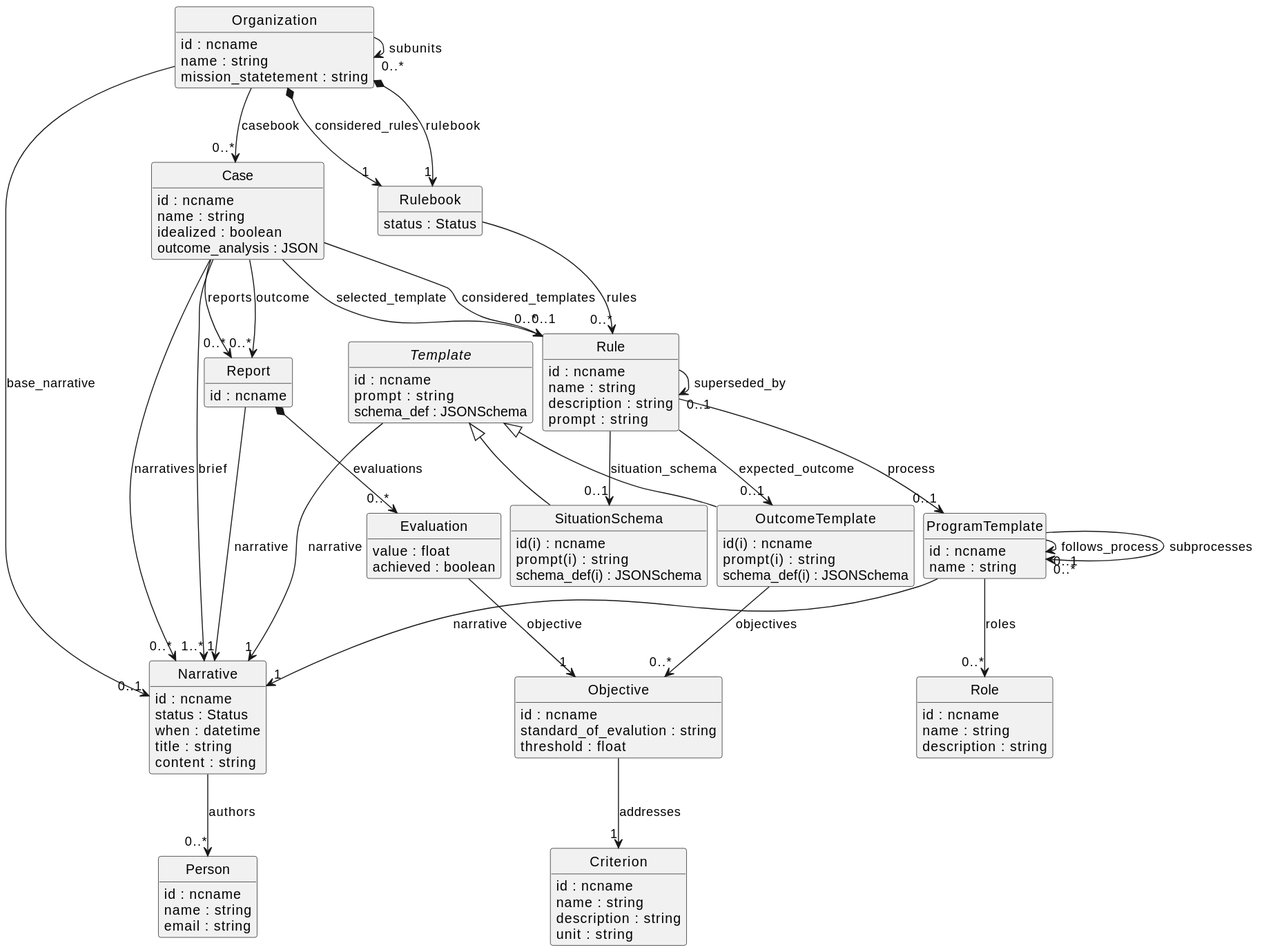
Above: schema.svg in Existentialist-Robot/ProcesSieve (PlantUML), before the change. The source it was exported from:
```plantuml
@startuml
skinparam nodesep 10
hide circle
hide empty members
abstract "Template" [[{A schema that can be applied to a story}]] {
    {field} id : ncname
    {field} prompt : string
    {field} schema_def : JSONSchema
}
class "Narrative" [[{A narrative description of either a concrete or abstracted Case or ProgramTemplate. There can be many narratives.}]] {
    {field} id : ncname
    {field} status : Status
    {field} when : datetime
    {field} title : string
    {field} content : string
}
class "SituationSchema" [[{None}]] {
    {field} id(i) : ncname
    {field} prompt(i) : string
    {field} schema_def(i) : JSONSchema
}
class "OutcomeTemplate" [[{A template that describes a category of outcome we expect at the end of a ProcessTemplate, and especially the criteria we intend to measure at the end of the process.}]] {
    {field} id(i) : ncname
    {field} prompt(i) : string
    {field} schema_def(i) : JSONSchema
}
"Template" --> "1" "Narrative" : "narrative"
"Template" ^-- "SituationSchema"
"Template" ^-- "OutcomeTemplate"
class "Rule" [[{The template that describes an entry in our best practice workbook, consisting of an (abstracted) situation we try to solve, and the process we intend to use to solve it.}]] {
    {field} id : ncname
    {field} name : string
    {field} description : string
    {field} prompt : string
}
"Rule" --> "0..1" "SituationSchema" : "situation_schema"
class "Rulebook" [[{A set of rules}]] {
    {field} status : Status
}
class "Organization" [[{An organization where persons work}]] {
    {field} id : ncname
    {field} name : string
    {field} mission_statetement : string
}
"Rulebook" --> "0..*" "Rule" : "rules"
"Organization" *--> "1" "Rulebook" : "considered_rules"
"Organization" *--> "1" "Rulebook" : "rulebook"
class "ProgramTemplate" [[{The actual process we will use to solve a given problem.}]] {
    {field} id : ncname
    {field} name : string
}
class "Case" [[{The narrative description of an individual work unit we have solved or intend to solve.}]] {
    {field} id : ncname
    {field} name : string
    {field} idealized : boolean
    {field} outcome_analysis : JSON
}
"Rule" --> "0..1" "Rule" : "superseded_by"
"Rule" --> "0..1" "OutcomeTemplate" : "expected_outcome"
"Rule" --> "0..1" "ProgramTemplate" : "process"
"Case" --> "0..*" "Rule" : "considered_templates"
"Case" --> "0..1" "Rule" : "selected_template"
class "Role" [[{A process involves certain actors playing certain roles in the process. This describes the roles.}]] {
    {field} id : ncname
    {field} name : string
    {field} description : string
}
"ProgramTemplate" --> "0..*" "Role" : "roles"
class "Report" [[{A report contains a narrative and evaluations}]] {
    {field} id : ncname
}
class "Evaluation" [[{The evaluation of an outcome with respect to one of the Program's Criteria}]] {
    {field} value : float
    {field} achieved : boolean
}
"Report" *--> "0..*" "Evaluation" : "evaluations"
"Report" --> "1" "Narrative" : "narrative"
"Case" --> "0..*" "Report" : "outcome"
"Case" --> "0..*" "Report" : "reports"
"ProgramTemplate" --> "0..1" "ProgramTemplate" : "follows_process"
"ProgramTemplate" --> "0..*" "ProgramTemplate" : "subprocesses"
"ProgramTemplate" --> "1" "Narrative" : "narrative"
class "Person" [[{A person involved in a process}]] {
    {field} id : ncname
    {field} name : string
    {field} email : string
}
"Narrative" --> "0..*" "Person" : "authors"
class "Objective" [[{None}]] {
    {field} id : ncname
    {field} standard_of_evalution : string
    {field} threshold : float
}
"OutcomeTemplate" --> "0..*" "Objective" : "objectives"
"Organization" --> "0..*" "Case" : "casebook"
"Organization" --> "0..*" "Organization" : "subunits"
"Organization" --> "0..1" "Narrative" : "base_narrative"
class "Criterion" [[{A description of a criterion by which outcomes will be evaluated. E.g. A KPI is a Criterion.}]] {
    {field} id : ncname
    {field} name : string
    {field} description : string
    {field} unit : string
}
"Objective" --> "1" "Criterion" : "addresses"
"Evaluation" --> "1" "Objective" : "objective"
"Case" --> "1..*" "Narrative" : "brief"
"Case" --> "0..*" "Narrative" : "narratives"
@enduml
```
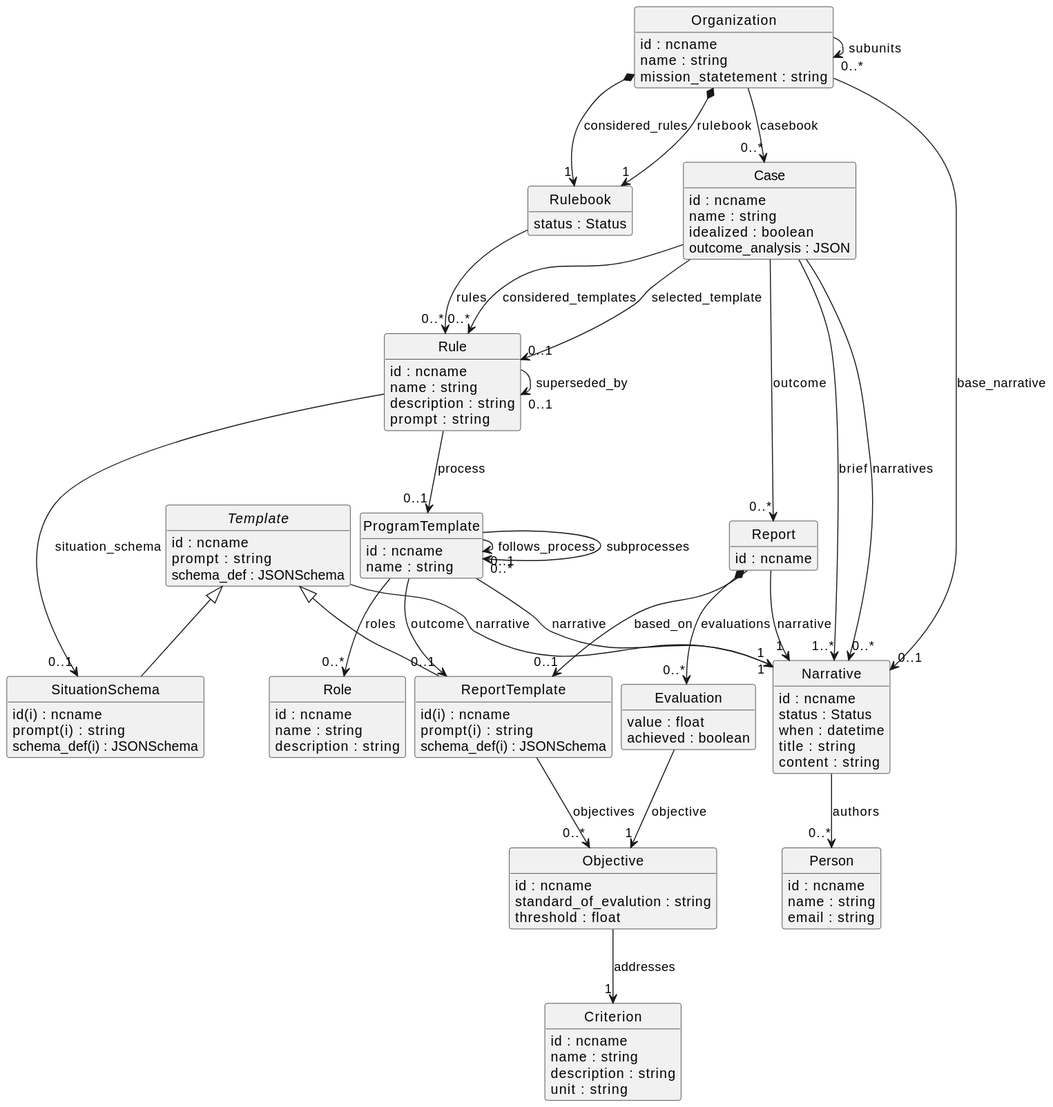
Above is the later version.

Diff of the diagram source:
```diff
@@ -19,14 +19,14 @@
     {field} prompt(i) : string
     {field} schema_def(i) : JSONSchema
 }
-class "OutcomeTemplate" [[{A template that describes a category of outcome we expect at the end of a ProcessTemplate, and especially the criteria we intend to measure at the end of the process.}]] {
+class "ReportTemplate" [[{A template that describes a category of outcome we expect at the end of a ProcessTemplate, and especially the criteria we intend to measure at the end of the process.}]] {
     {field} id(i) : ncname
     {field} prompt(i) : string
     {field} schema_def(i) : JSONSchema
 }
 "Template" --> "1" "Narrative" : "narrative"
 "Template" ^-- "SituationSchema"
-"Template" ^-- "OutcomeTemplate"
+"Template" ^-- "ReportTemplate"
 class "Rule" [[{The template that describes an entry in our best practice workbook, consisting of an (abstracted) situation we try to solve, and the process we intend to use to solve it.}]] {
     {field} id : ncname
     {field} name : string
@@ -56,7 +56,6 @@
     {field} outcome_analysis : JSON
 }
 "Rule" --> "0..1" "Rule" : "superseded_by"
-"Rule" --> "0..1" "OutcomeTemplate" : "expected_outcome"
 "Rule" --> "0..1" "ProgramTemplate" : "process"
 "Case" --> "0..*" "Rule" : "considered_templates"
 "Case" --> "0..1" "Rule" : "selected_template"
@@ -66,9 +65,17 @@
     {field} description : string
 }
 "ProgramTemplate" --> "0..*" "Role" : "roles"
+class "Objective" [[{None}]] {
+    {field} id : ncname
+    {field} standard_of_evalution : string
+    {field} threshold : float
+}
 class "Report" [[{A report contains a narrative and evaluations}]] {
     {field} id : ncname
 }
+"ReportTemplate" --> "0..*" "Objective" : "objectives"
+"ProgramTemplate" --> "0..1" "ReportTemplate" : "outcome"
+"Report" --> "0..1" "ReportTemplate" : "based_on"
 class "Evaluation" [[{The evaluation of an outcome with respect to one of the Program's Criteria}]] {
     {field} value : float
     {field} achieved : boolean
@@ -76,7 +83,6 @@
 "Report" *--> "0..*" "Evaluation" : "evaluations"
 "Report" --> "1" "Narrative" : "narrative"
 "Case" --> "0..*" "Report" : "outcome"
-"Case" --> "0..*" "Report" : "reports"
 "ProgramTemplate" --> "0..1" "ProgramTemplate" : "follows_process"
 "ProgramTemplate" --> "0..*" "ProgramTemplate" : "subprocesses"
 "ProgramTemplate" --> "1" "Narrative" : "narrative"
@@ -86,12 +92,6 @@
     {field} email : string
 }
 "Narrative" --> "0..*" "Person" : "authors"
-class "Objective" [[{None}]] {
-    {field} id : ncname
-    {field} standard_of_evalution : string
-    {field} threshold : float
-}
-"OutcomeTemplate" --> "0..*" "Objective" : "objectives"
 "Organization" --> "0..*" "Case" : "casebook"
 "Organization" --> "0..*" "Organization" : "subunits"
 "Organization" --> "0..1" "Narrative" : "base_narrative"
```
